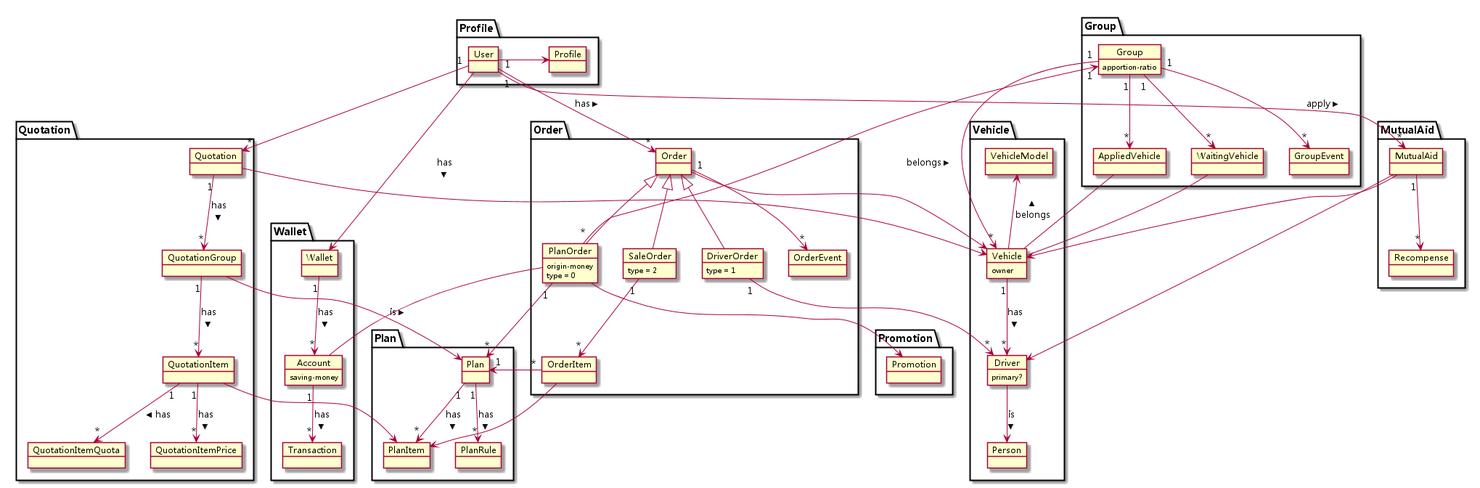
This is img/models.png from titan/hive-quotation-service, a PlantUML export, as it was before one commit.
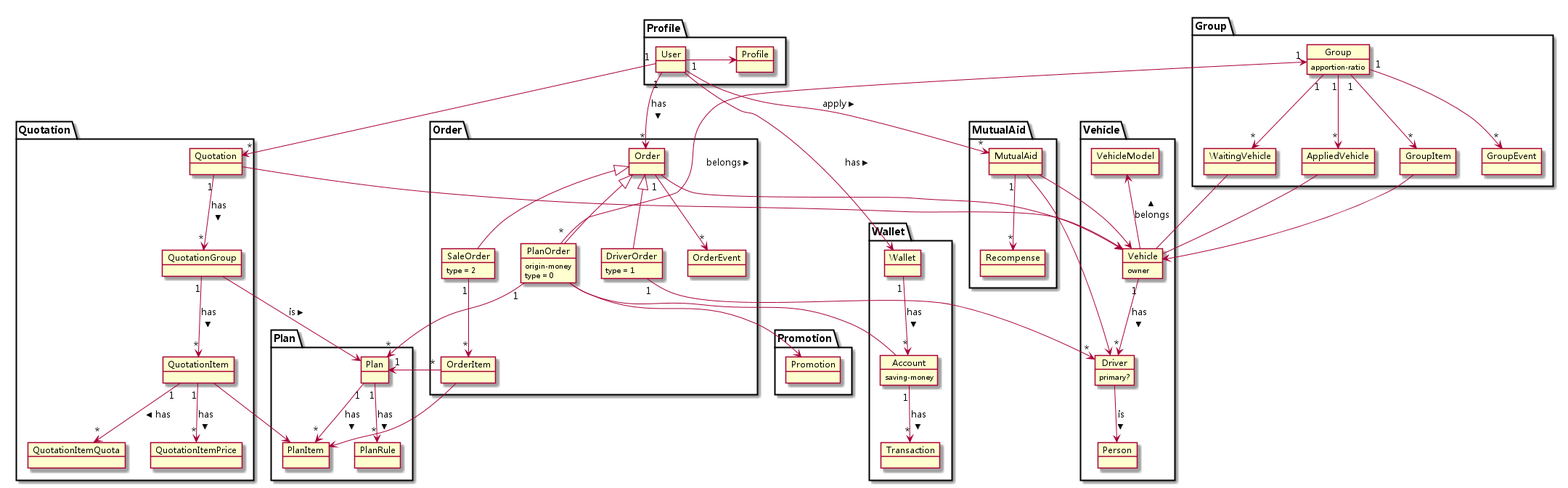
After the change.

Commit message:
Refactor group data structure

What changed in the source:
```diff
@@ -7,6 +7,7 @@
   object Group {
     apportion-ratio
   }
+  object GroupItem
   object GroupEvent
   object AppliedVehicle
   object WaitingVehicle
@@ -77,9 +78,10 @@
 
 Order -> Vehicle
 Group "1" <- "*" PlanOrder : belongs <
-Group "1" --> "*" Vehicle
+Group "1" --> "*" GroupItem
 Group "1" --> "*" WaitingVehicle
 Group "1" --> "*" AppliedVehicle
+GroupItem --> Vehicle
 WaitingVehicle - Vehicle
 AppliedVehicle - Vehicle
 
```
